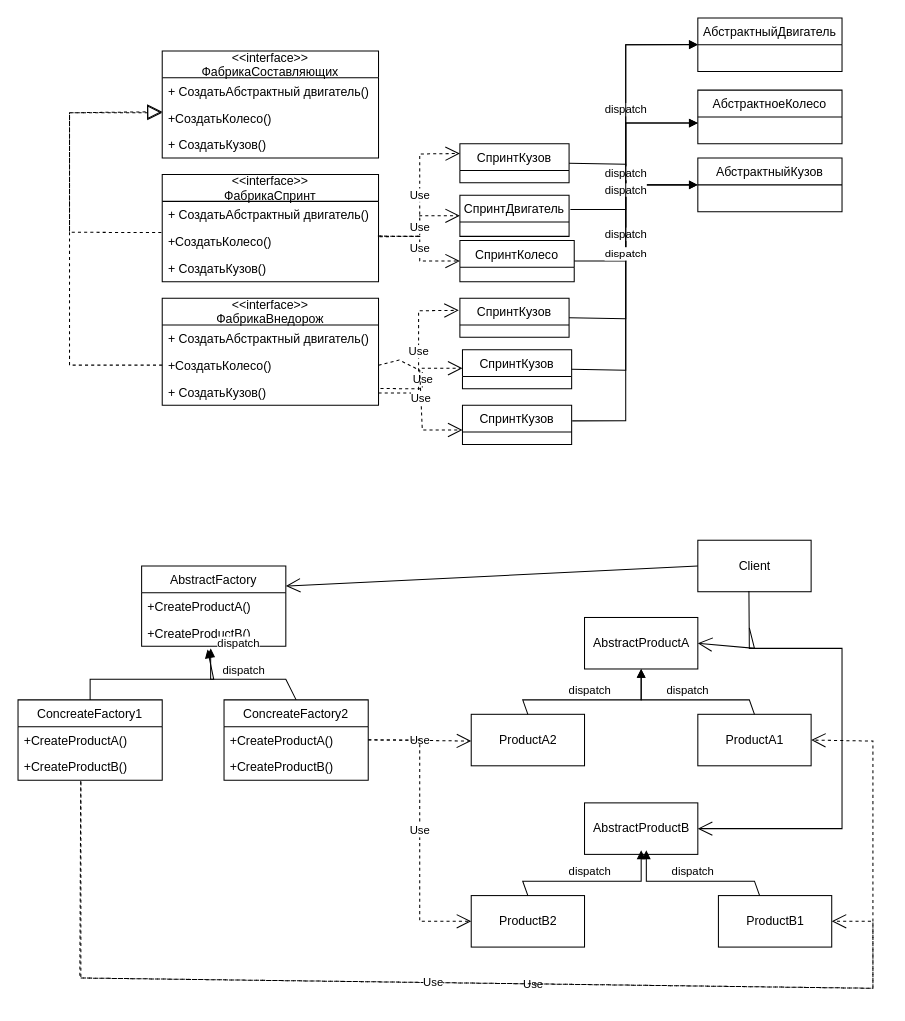
Earlier version of the draw.io diagram Диаграмма без названия.drawio (ITSTEP-CT3/Diagramm). Source tidied: cells renumbered, new cells numbered last; positions are measured from the earlier drawing's top-left corner, leaving out a move shared by most shapes. Both pictures are drawn from the tidied source at 103%, with x=0, y=0 at pixel (18, 18).
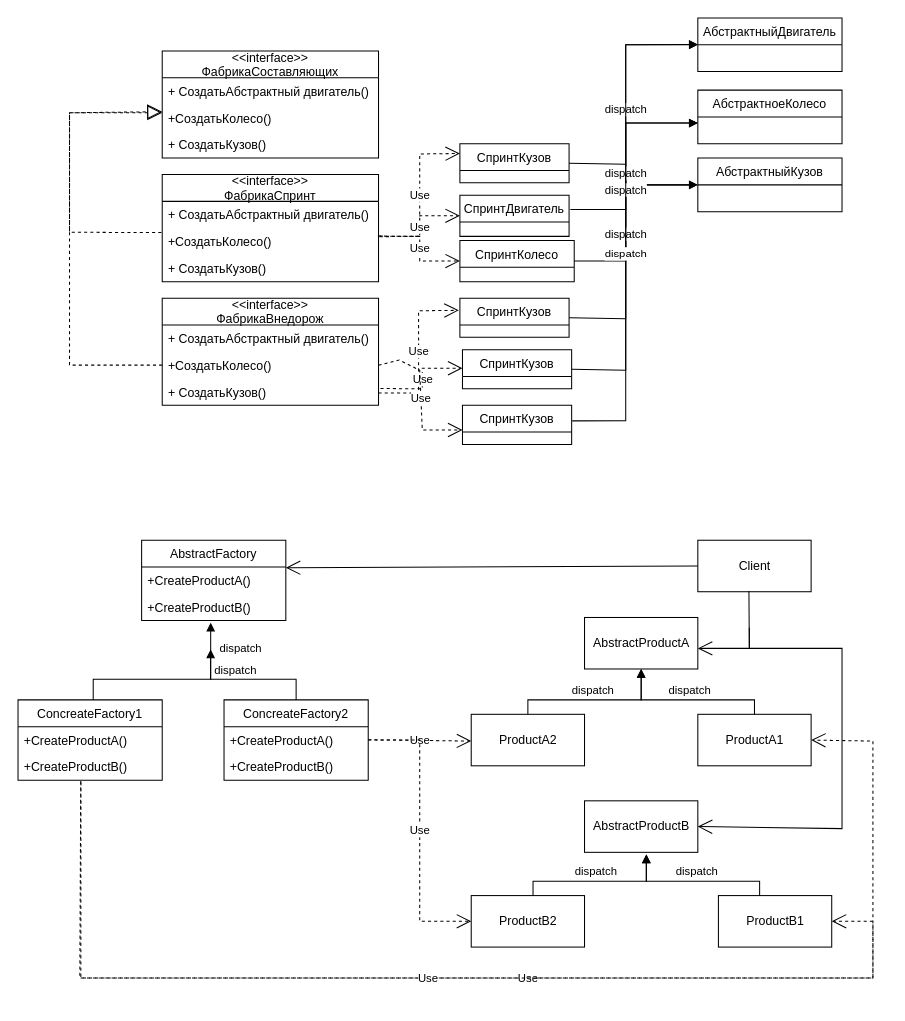
The same diagram, later.

The change refers to these unchanged cells:
```xml
<mxCell id="39" value="+CreateProductB()" style="text;strokeColor=none;fillColor=none;align=left;verticalAlign=top;spacingLeft=4;spacingRight=4;overflow=hidden;points=[[0,0.5],[1,0.5]];portConstraint=eastwest;" parent="37" vertex="1">
  <mxGeometry y="52" width="140" height="26" as="geometry" />
</mxCell>
<mxCell id="40" value="ConcreateFactory1" style="swimlane;fontStyle=0;horizontal=1;startSize=26;fillColor=none;" parent="1" vertex="1">
  <mxGeometry y="662" width="140" height="78" as="geometry" />
</mxCell>
<mxCell id="42" value="+CreateProductB()" style="text;strokeColor=none;fillColor=none;align=left;verticalAlign=top;spacingLeft=4;spacingRight=4;overflow=hidden;points=[[0,0.5],[1,0.5]];portConstraint=eastwest;" parent="40" vertex="1">
  <mxGeometry y="52" width="140" height="26" as="geometry" />
</mxCell>
<mxCell id="43" value="ConcreateFactory2" style="swimlane;fontStyle=0;horizontal=1;startSize=26;fillColor=none;" parent="1" vertex="1">
  <mxGeometry x="200" y="662" width="140" height="78" as="geometry" />
</mxCell>
<mxCell id="46" value="Client" style="html=1;" parent="1" vertex="1">
  <mxGeometry x="660" y="507" width="110" height="50" as="geometry" />
</mxCell>
<mxCell id="47" value="AbstractProductA" style="html=1;fontStyle=0;" parent="1" vertex="1">
  <mxGeometry x="550" y="582" width="110" height="50" as="geometry" />
</mxCell>
<mxCell id="48" value="ProductA2" style="html=1;fontStyle=0;" parent="1" vertex="1">
  <mxGeometry x="440" y="676" width="110" height="50" as="geometry" />
</mxCell>
<mxCell id="49" value="ProductA1" style="html=1;fontStyle=0;" parent="1" vertex="1">
  <mxGeometry x="660" y="676" width="110" height="50" as="geometry" />
</mxCell>
<mxCell id="52" value="ProductB1" style="html=1;fontStyle=0;" parent="1" vertex="1">
  <mxGeometry x="680" y="852" width="110" height="50" as="geometry" />
</mxCell>
```

The edit, as a diff of the source:
```diff
@@
     <mxCell id="37" value="AbstractFactory" style="swimlane;fontStyle=0;horizontal=1;startSize=26;fillColor=none;" parent="1" vertex="1">
-      <mxGeometry x="120" y="532" width="140" height="78" as="geometry" />
+      <mxGeometry x="120" y="507" width="140" height="78" as="geometry" />
     </mxCell>
@@
     <mxCell id="50" value="AbstractProductB" style="html=1;fontStyle=0;" parent="1" vertex="1">
-      <mxGeometry x="550" y="762" width="110" height="50" as="geometry" />
+      <mxGeometry x="550" y="760" width="110" height="50" as="geometry" />
     </mxCell>
@@
     <mxCell id="55" value="Use" style="endArrow=open;endSize=12;dashed=1;html=1;rounded=0;exitX=0.435;exitY=1.033;exitDx=0;exitDy=0;exitPerimeter=0;entryX=1;entryY=0.5;entryDx=0;entryDy=0;" parent="1" edge="1" source="42" target="49">
       <mxGeometry relative="1" as="geometry">
         <Array as="points">
           <mxPoint x="60" y="932" />
-          <mxPoint x="830" y="942" />
+          <mxPoint x="830" y="932" />
           <mxPoint x="830" y="702" />
         </Array>
       </mxGeometry>
     </mxCell>
     <mxCell id="56" value="Use" style="endArrow=open;endSize=12;dashed=1;html=1;rounded=0;exitX=0.436;exitY=1.077;exitDx=0;exitDy=0;exitPerimeter=0;entryX=1;entryY=0.5;entryDx=0;entryDy=0;" parent="1" edge="1" source="42" target="52">
       <mxGeometry relative="1" as="geometry">
         <Array as="points">
           <mxPoint x="61" y="932" />
-          <mxPoint x="830" y="942" />
+          <mxPoint x="830" y="932" />
           <mxPoint x="830" y="877" />
         </Array>
       </mxGeometry>
     </mxCell>
-    <mxCell id="57" style="endArrow=open;endFill=1;endSize=12;html=1;rounded=0;exitX=0;exitY=0.5;exitDx=0;exitDy=0;entryX=1;entryY=0.25;entryDx=0;entryDy=0;" parent="1" edge="1" source="46" target="37">
+    <mxCell id="57" style="endArrow=open;endFill=1;endSize=12;html=1;rounded=0;exitX=0;exitY=0.5;exitDx=0;exitDy=0;entryX=1;entryY=0.342;entryDx=0;entryDy=0;entryPerimeter=0;" parent="1" edge="1" source="46" target="37">
       <mxGeometry relative="1" as="geometry" />
     </mxCell>
-    <mxCell id="58" style="endArrow=open;endFill=1;endSize=12;html=1;rounded=0;entryX=1;entryY=0.5;entryDx=0;entryDy=0;" parent="1" edge="1" target="47">
+    <mxCell id="58" style="endArrow=open;endFill=1;endSize=12;html=1;rounded=0;" parent="1" edge="1">
       <mxGeometry relative="1" as="geometry">
         <mxPoint x="710" y="592" as="sourcePoint" />
+        <mxPoint x="660" y="612" as="targetPoint" />
         <Array as="points">
-          <mxPoint x="715" y="612" />
+          <mxPoint x="710" y="612" />
         </Array>
       </mxGeometry>
     </mxCell>
@@
-    <mxCell id="60" value="dispatch" style="html=1;verticalAlign=bottom;endArrow=block;rounded=0;exitX=0.5;exitY=0;exitDx=0;exitDy=0;entryX=0.457;entryY=1.115;entryDx=0;entryDy=0;entryPerimeter=0;" parent="1" edge="1" source="40" target="39">
+    <mxCell id="60" value="dispatch" style="html=1;verticalAlign=bottom;endArrow=block;rounded=0;exitX=0.5;exitY=0;exitDx=0;exitDy=0;entryX=0.457;entryY=1.115;entryDx=0;entryDy=0;entryPerimeter=0;" parent="1" edge="1">
       <mxGeometry x="0.9" y="-29" relative="1" as="geometry">
+        <mxPoint x="73" y="662" as="sourcePoint" />
+        <mxPoint x="187" y="613" as="targetPoint" />
         <Array as="points">
-          <mxPoint x="70" y="642" />
-          <mxPoint x="190" y="642" />
+          <mxPoint x="73" y="642" />
+          <mxPoint x="187" y="642" />
         </Array>
       </mxGeometry>
     </mxCell>
     <mxCell id="61" value="dispatch" style="html=1;verticalAlign=bottom;endArrow=block;rounded=0;exitX=0.5;exitY=0;exitDx=0;exitDy=0;entryX=0.479;entryY=1.077;entryDx=0;entryDy=0;entryPerimeter=0;" parent="1" edge="1" source="43" target="39">
       <mxGeometry relative="1" as="geometry">
         <Array as="points">
-          <mxPoint x="260" y="642" />
+          <mxPoint x="270" y="642" />
           <mxPoint x="187" y="642" />
         </Array>
       </mxGeometry>
     </mxCell>
     <mxCell id="62" value="dispatch" style="html=1;verticalAlign=bottom;endArrow=block;rounded=0;exitX=0.5;exitY=0;exitDx=0;exitDy=0;entryX=0.5;entryY=1;entryDx=0;entryDy=0;" parent="1" edge="1" source="48" target="47">
       <mxGeometry relative="1" as="geometry">
         <Array as="points">
-          <mxPoint x="490" y="662" />
+          <mxPoint x="495" y="662" />
           <mxPoint x="605" y="662" />
         </Array>
       </mxGeometry>
     </mxCell>
     <mxCell id="63" value="dispatch" style="html=1;verticalAlign=bottom;endArrow=block;rounded=0;exitX=0.5;exitY=0;exitDx=0;exitDy=0;entryX=0.5;entryY=1;entryDx=0;entryDy=0;" parent="1" edge="1" source="49" target="47">
       <mxGeometry relative="1" as="geometry">
         <Array as="points">
-          <mxPoint x="710" y="662" />
+          <mxPoint x="715" y="662" />
           <mxPoint x="605" y="662" />
         </Array>
       </mxGeometry>
     </mxCell>
-    <mxCell id="64" value="dispatch" style="html=1;verticalAlign=bottom;endArrow=block;rounded=0;exitX=0.5;exitY=0;exitDx=0;exitDy=0;entryX=0.5;entryY=1;entryDx=0;entryDy=0;" parent="1" edge="1">
+    <mxCell id="64" value="dispatch" style="html=1;verticalAlign=bottom;endArrow=block;rounded=0;exitX=0.5;exitY=0;exitDx=0;exitDy=0;" parent="1" edge="1">
       <mxGeometry relative="1" as="geometry">
         <mxPoint x="720" y="852" as="sourcePoint" />
-        <mxPoint x="610" y="808" as="targetPoint" />
+        <mxPoint x="610" y="812" as="targetPoint" />
         <Array as="points">
-          <mxPoint x="715" y="838" />
+          <mxPoint x="720" y="838" />
           <mxPoint x="610" y="838" />
         </Array>
       </mxGeometry>
     </mxCell>
-    <mxCell id="65" value="dispatch" style="html=1;verticalAlign=bottom;endArrow=block;rounded=0;exitX=0.5;exitY=0;exitDx=0;exitDy=0;entryX=0.5;entryY=1;entryDx=0;entryDy=0;" parent="1" edge="1">
+    <mxCell id="65" value="dispatch" style="html=1;verticalAlign=bottom;endArrow=block;rounded=0;exitX=0.5;exitY=0;exitDx=0;exitDy=0;" parent="1" edge="1">
       <mxGeometry relative="1" as="geometry">
-        <mxPoint x="495" y="852" as="sourcePoint" />
-        <mxPoint x="605" y="808" as="targetPoint" />
+        <mxPoint x="500" y="852" as="sourcePoint" />
+        <mxPoint x="610" y="812" as="targetPoint" />
         <Array as="points">
-          <mxPoint x="490" y="838" />
-          <mxPoint x="605" y="838" />
+          <mxPoint x="500" y="838" />
+          <mxPoint x="610" y="838" />
         </Array>
       </mxGeometry>
     </mxCell>
```
